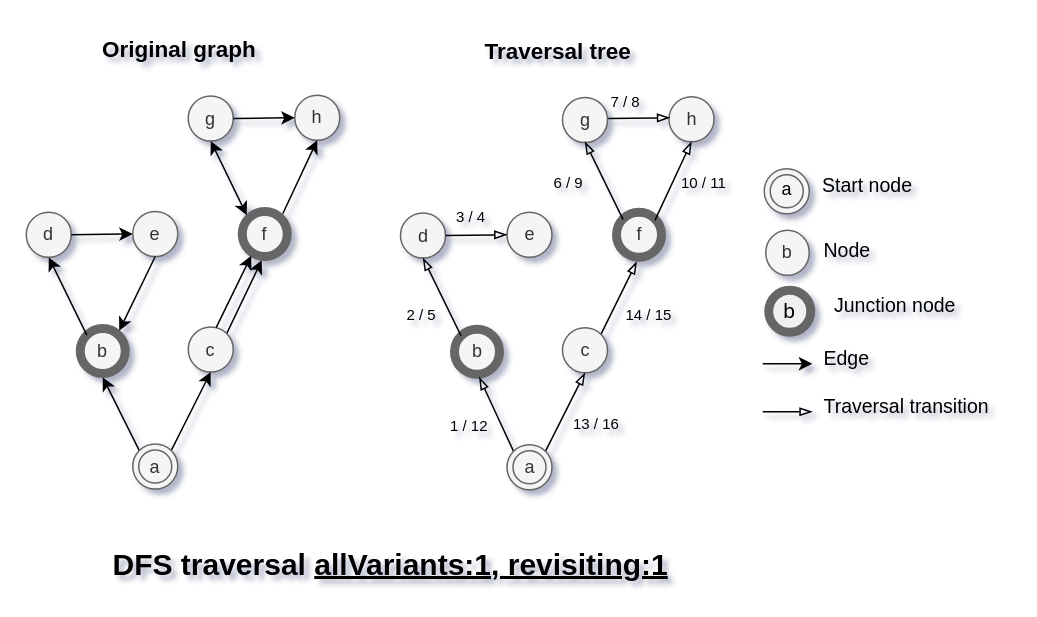
Above: page "AllVariants : 1" (9 of 10) of doc/images/searchOptions/SearchOptions.drawio in Wandalen/wGraphBasic (draw.io), before the change. Source tidied: cells renumbered, new cells numbered last; positions are measured from the earlier drawing's top-left corner, leaving out a move shared by most shapes. Both pictures are drawn from the tidied source at 150%, with x=0, y=0 at pixel (26, 32).
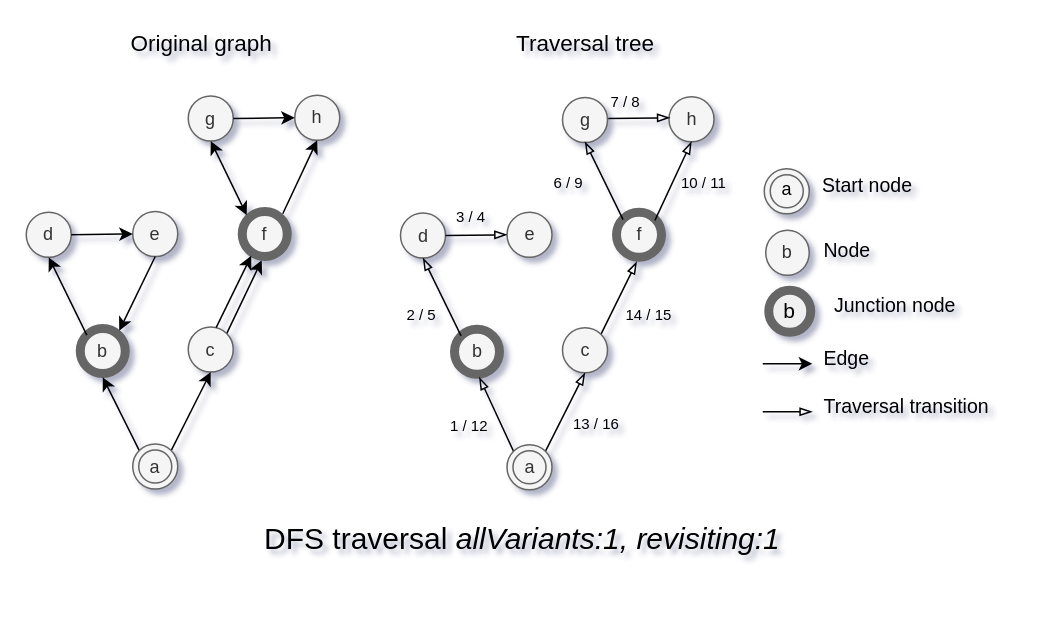
After the change.

Change to the diagram source:
```diff
@@
-<mxGraphModel shadow="1">
+<mxGraphModel background="#ffffff" shadow="1">
@@
-    <mxCell id="46" value="&lt;b style=&quot;font-size: 15px;&quot;&gt;&lt;font style=&quot;font-size: 15px;&quot;&gt;Original graph&lt;/font&gt;&lt;/b&gt;" style="text;html=1;align=left;verticalAlign=top;spacingTop=-4;fontSize=15;" parent="1" vertex="1">
-      <mxGeometry x="49" width="109" height="14" as="geometry" />
-    </mxCell>
@@
+    <mxCell id="46" value="&lt;span style=&quot;font-size: 15px;&quot;&gt;&lt;font style=&quot;font-size: 15px;&quot;&gt;Original graph&lt;/font&gt;&lt;/span&gt;" style="text;html=1;align=left;verticalAlign=top;spacingTop=-4;fontSize=15;fontStyle=0;" parent="1" vertex="1">
+      <mxGeometry x="68" y="-4" width="109" height="14" as="geometry" />
+    </mxCell>
-    <mxCell id="56" value="&lt;b style=&quot;font-size: 20px&quot;&gt;DFS traversal &lt;u&gt;allVariants:1, revisiting:1&lt;/u&gt;&lt;br&gt;&lt;/b&gt;" style="text;html=1;align=left;verticalAlign=top;spacingTop=-4;fontSize=20;" parent="1" vertex="1">
-      <mxGeometry x="56" y="340" width="384" height="25" as="geometry" />
+    <mxCell id="56" value="&lt;span style=&quot;font-size: 20px&quot;&gt;DFS traversal &lt;i&gt;allVariants:1,&amp;nbsp;&lt;/i&gt;&lt;span&gt;&lt;i&gt;revisiting:1&lt;/i&gt;&lt;/span&gt;&lt;br&gt;&lt;/span&gt;" style="text;html=1;align=left;verticalAlign=top;spacingTop=-4;fontSize=20;fontStyle=0;" parent="1" vertex="1">
+      <mxGeometry x="157" y="323" width="355" height="25" as="geometry" />
     </mxCell>
-    <mxCell id="57" value="&lt;b&gt;Traversal&amp;nbsp;&lt;/b&gt;&lt;span style=&quot;font-size: 15px&quot;&gt;&lt;b style=&quot;font-size: 15px&quot;&gt;tree&lt;/b&gt;&lt;/span&gt;" style="text;html=1;align=left;verticalAlign=top;spacingTop=-4;fontSize=15;" parent="1" vertex="1">
-      <mxGeometry x="304" y="1" width="107" height="19" as="geometry" />
+    <mxCell id="57" value="&lt;span&gt;Traversal&amp;nbsp;&lt;/span&gt;&lt;span style=&quot;font-size: 15px&quot;&gt;&lt;span style=&quot;font-size: 15px&quot;&gt;tree&lt;/span&gt;&lt;/span&gt;" style="text;html=1;align=left;verticalAlign=top;spacingTop=-4;fontSize=15;fontStyle=0;" parent="1" vertex="1">
+      <mxGeometry x="325" y="-4" width="107" height="19" as="geometry" />
     </mxCell>
```
